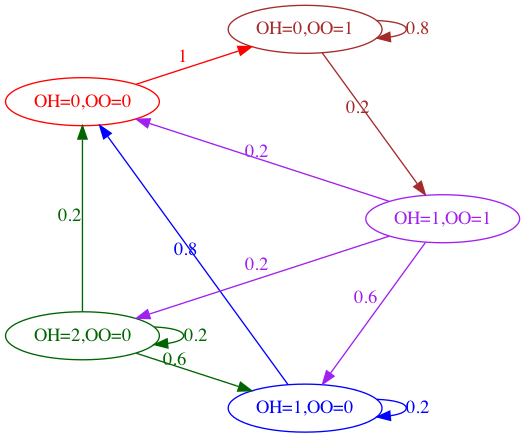
Earlier version of the Graphviz export chapter2/simple_inv_mp.png (TikhonJelvis/RL-book). Its source is kept beside it as chapter2/simple_inv_mp.gv.
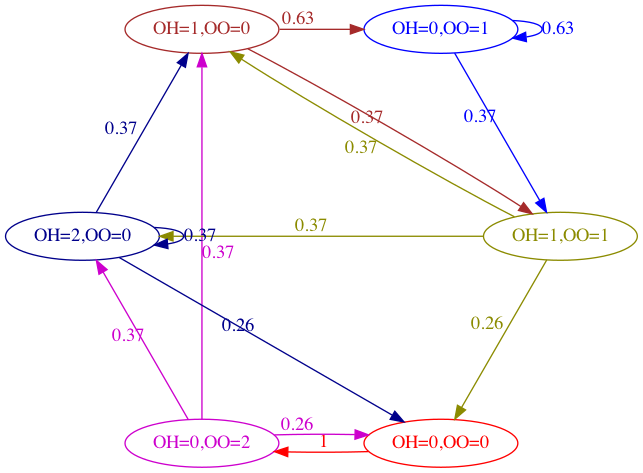
Later version of the same file.

The edit, as a diff of the source:
```diff
@@ -3,30 +3,35 @@
   /*
   Sequence of events in a day:
   1: Observe State (On-hand, On-Order) denoted as (OH, OO)
-  2: Take Action (denoted as O): Order 1 unit if OH=0, otherwise order 0
+  2: Take Action (denoted as O): Order max(2-(OO+OH), 0)  units
   4: Received order quantity that was placed the previous day
-  5: Experience random demand with probabilities:  P(0) = 0.2, P(1) = 0.6, P(2) = 0.2
+  5: Experience poisson random demand with poisson mean = 1.0
   */
   layout="circo"
   A [label="OH=0,OO=0", color=Red, fontcolor=Red]
-  B [label="OH=1,OO=0", color=Blue, fontcolor=Blue]
-  C [label="OH=2,OO=0", color=darkgreen, fontcolor=darkgreen]
-  D [label="OH=0,OO=1", color=Brown, fontcolor=Brown]
-  E [label="OH=1,OO=1", color=Purple, fontcolor=Purple]
+  B [label="OH=0,OO=1", color=Blue, fontcolor=Blue]
+  C [label="OH=0,OO=2", color=magenta3, fontcolor=magenta3]
+  D [label="OH=1,OO=0", color=Brown, fontcolor=Brown]
+  E [label="OH=1,OO=1", color=yellow4, fontcolor=yellow4]
+  F [label="OH=2,OO=0", color=blue4, fontcolor=blue4]
 
-  A->D [label="1", color=Red, fontcolor=Red]
+  A->C [label="1", color=Red, fontcolor=Red]
 
-  B->A [label="0.8", color=Blue, fontcolor=Blue]
-  B->B [label="0.2", color=Blue, fontcolor=Blue]
+  B->B [label="0.63", color=Blue, fontcolor=Blue]
+  B->E [label="0.37", color=Blue, fontcolor=Blue]
 
-  C->A [label="0.2", color=darkgreen, fontcolor=darkgreen]
-  C->B [label="0.6", color=darkgreen, fontcolor=darkgreen]
-  C->C [label="0.2", color=darkgreen, fontcolor=darkgreen]
+  C->A [label="0.26", color=magenta3, fontcolor=magenta3]
+  C->D [label="0.37", color=magenta3, fontcolor=magenta3]
+  C->F [label="0.37", color=magenta3, fontcolor=magenta3]
 
-  D->D [label="0.8", color=Brown, fontcolor=Brown]
-  D->E [label="0.2", color=Brown, fontcolor=Brown]
+  D->B [label="0.63", color=Brown, fontcolor=Brown]
+  D->E [label="0.37", color=Brown, fontcolor=Brown]
 
-  E->A [label="0.2", color=Purple, fontcolor=Purple]
-  E->B [label="0.6", color=Purple, fontcolor=Purple]
-  E->C [label="0.2", color=Purple, fontcolor=Purple]
+  E->A [label="0.26", color=yellow4, fontcolor=yellow4]
+  E->D [label="0.37", color=yellow4, fontcolor=yellow4]
+  E->F [label="0.37", color=yellow4, fontcolor=yellow4]
+
+  F->A [label="0.26", color=blue4, fontcolor=blue4]
+  F->D [label="0.37", color=blue4, fontcolor=blue4]
+  F->F [label="0.37", color=blue4, fontcolor=blue4]
 }
```
